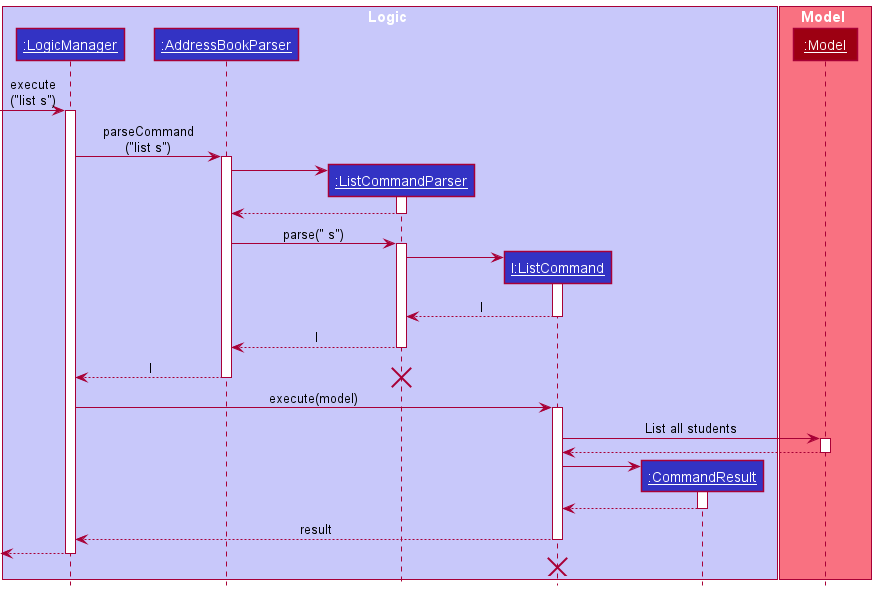
Earlier version of the PlantUML export docs/images/ListCommandSequenceDiagram.png (tenebrius1/tp).
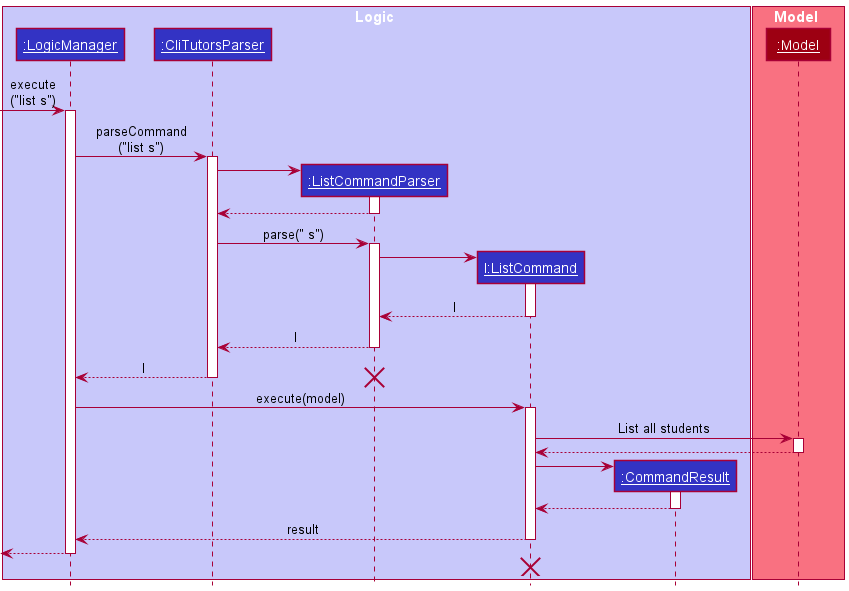
After the commit.

What changed in the source:
```diff
@@ -3,7 +3,7 @@
 
 box Logic LOGIC_COLOR_T1
 participant "__:LogicManager__" as LogicManager LOGIC_COLOR
-participant "__:AddressBookParser__" as AddressBookParser LOGIC_COLOR
+participant "__:CliTutorsParser__" as CliTutorsParser LOGIC_COLOR
 participant "__:ListCommandParser__" as ListCommandParser LOGIC_COLOR
 participant "__l:ListCommand__" as ListCommand LOGIC_COLOR
 participant "__:CommandResult__" as CommandResult LOGIC_COLOR
@@ -15,17 +15,17 @@
 
 [-> LogicManager : execute\n("list s")
 activate LogicManager
-LogicManager -> AddressBookParser : parseCommand\n("list s")
-activate AddressBookParser
+LogicManager -> CliTutorsParser : parseCommand\n("list s")
+activate CliTutorsParser
 
 create ListCommandParser
-AddressBookParser -> ListCommandParser
+CliTutorsParser -> ListCommandParser
 activate ListCommandParser
 
-AddressBookParser <-- ListCommandParser
+CliTutorsParser <-- ListCommandParser
 deactivate ListCommandParser
 
-AddressBookParser -> ListCommandParser : parse(" s")
+CliTutorsParser -> ListCommandParser : parse(" s")
 activate ListCommandParser
 
 create ListCommand
@@ -35,11 +35,11 @@
 ListCommandParser <-- ListCommand : l
 deactivate ListCommand
 
-ListCommandParser --> AddressBookParser : l
+ListCommandParser --> CliTutorsParser : l
 deactivate ListCommandParser
 
-AddressBookParser --> LogicManager : l
-deactivate AddressBookParser
+CliTutorsParser --> LogicManager : l
+deactivate CliTutorsParser
 destroy ListCommandParser
 
 LogicManager -> ListCommand : execute(model)
```
